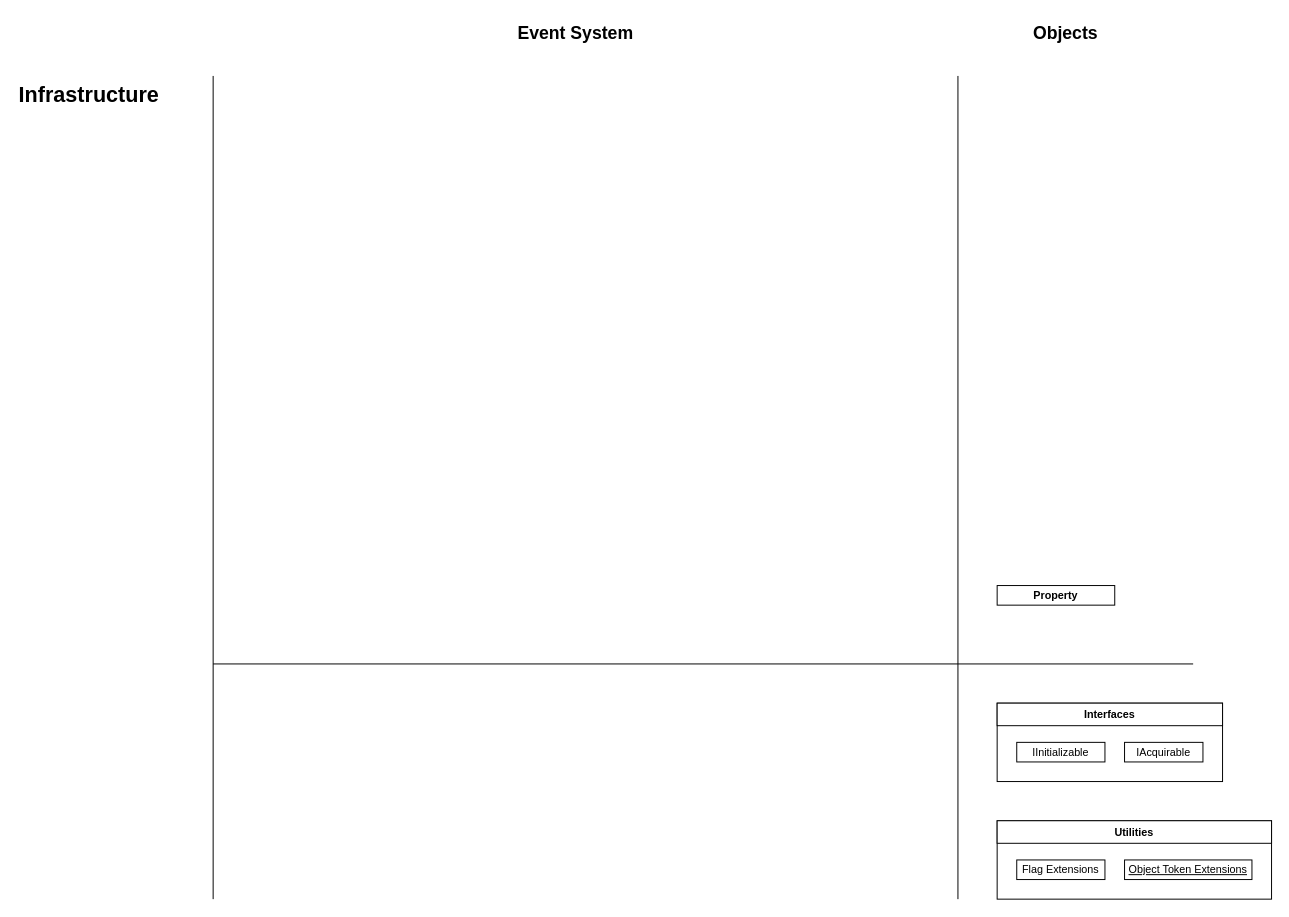
The draw.io diagram page "Core" (2 of 2) of docs/02. UniEngine/UniEngine.drawio in dove-creative/uniengine, before the edit. Source tidied: cells renumbered, new cells numbered last; positions are measured from the earlier drawing's top-left corner, leaving out a move shared by most shapes. Both pictures are drawn from the tidied source at 98%, with x=0, y=0 at pixel (17, 17).
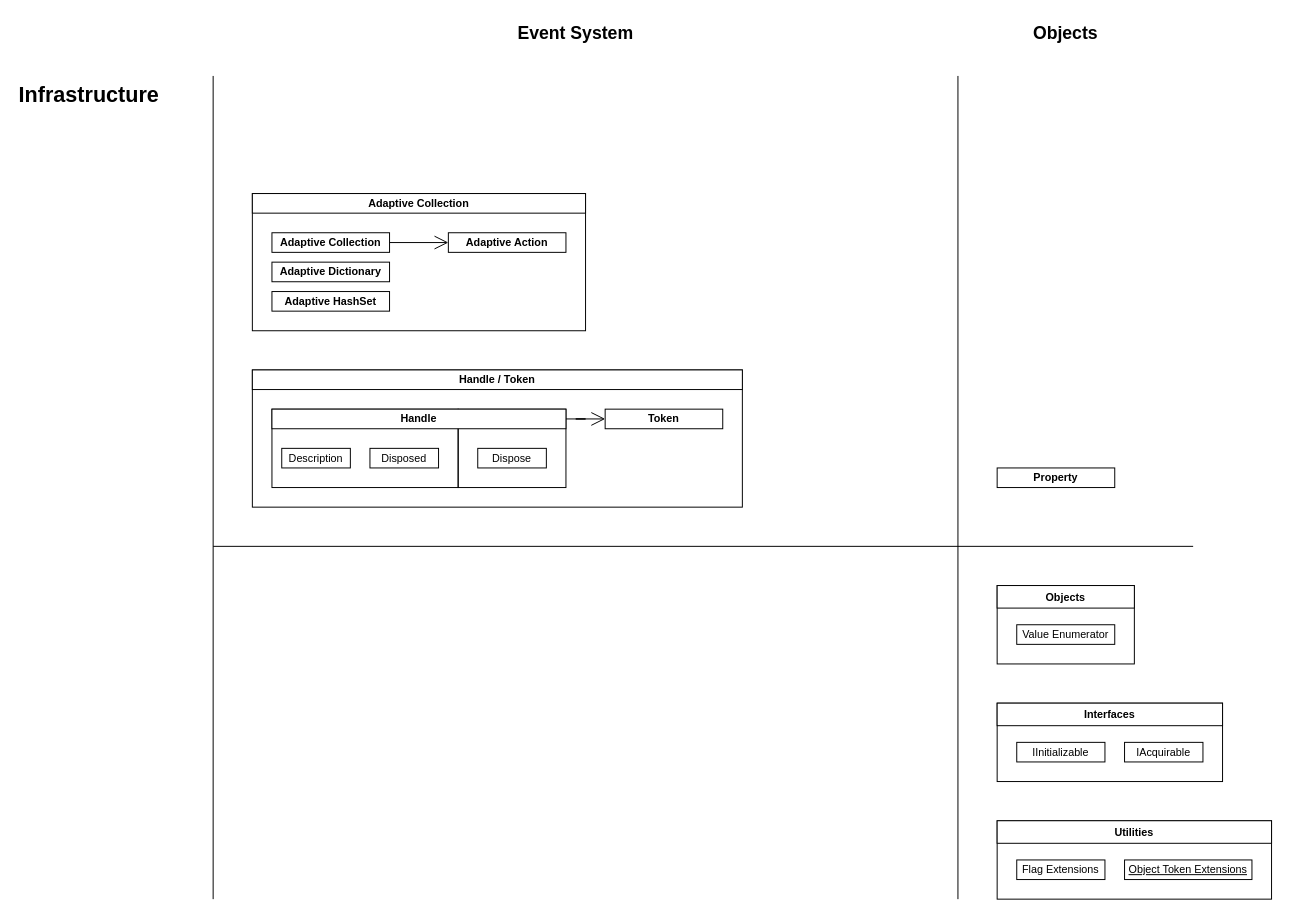
The same diagram, later.

The edit, as a diff of the source:
```diff
@@
+    <mxCell id="17" style="rounded=0;whiteSpace=wrap;html=1;fontFamily=Helvetica;fontSize=11;fontColor=default;labelBackgroundColor=default;fillColor=none;" parent="1" vertex="1">
+      <mxGeometry x="240" y="180" width="340" height="140" as="geometry" />
+    </mxCell>
+    <mxCell id="18" style="rounded=0;whiteSpace=wrap;html=1;fontFamily=Helvetica;fontSize=11;fontColor=default;labelBackgroundColor=default;fillColor=none;" parent="1" vertex="1">
+      <mxGeometry x="240" y="360" width="500" height="140" as="geometry" />
+    </mxCell>
+    <mxCell id="19" style="rounded=0;whiteSpace=wrap;html=1;fontFamily=Helvetica;fontSize=11;fontColor=default;labelBackgroundColor=default;fillColor=none;" parent="1" vertex="1">
+      <mxGeometry x="450" y="400" width="110" height="80" as="geometry" />
+    </mxCell>
+    <mxCell id="20" style="rounded=0;whiteSpace=wrap;html=1;fontFamily=Helvetica;fontSize=11;fontColor=default;labelBackgroundColor=default;fillColor=none;" parent="1" vertex="1">
+      <mxGeometry x="260" y="400" width="190" height="80" as="geometry" />
+    </mxCell>
@@
     <mxCell id="11" style="endArrow=none;html=1;rounded=0;strokeColor=default;align=center;verticalAlign=middle;fontFamily=Helvetica;fontSize=11;fontColor=default;labelBackgroundColor=default;defaultLabelBackgroundColor=page;startSize=12;endSize=12;" parent="1" edge="1">
       <mxGeometry relative="1" as="geometry">
-        <mxPoint x="200" y="660" as="sourcePoint" />
-        <mxPoint x="1200" y="660" as="targetPoint" />
+        <mxPoint x="200" y="540" as="sourcePoint" />
+        <mxPoint x="1200" y="540" as="targetPoint" />
       </mxGeometry>
     </mxCell>
@@
     <mxCell id="16" value="&lt;div style=&quot;text-align: right;&quot;&gt;&lt;b&gt;Property&lt;/b&gt;&lt;/div&gt;" style="rounded=0;whiteSpace=wrap;html=1;fontFamily=Helvetica;fontSize=11;fontColor=default;labelBackgroundColor=default;" parent="1" vertex="1">
-      <mxGeometry x="1000" y="580" width="120" height="20" as="geometry" />
+      <mxGeometry x="1000" y="460" width="120" height="20" as="geometry" />
     </mxCell>
+    <mxCell id="21" style="edgeStyle=orthogonalEdgeStyle;shape=connector;rounded=0;jettySize=auto;html=1;entryX=0;entryY=0.5;entryDx=0;entryDy=0;strokeColor=default;align=center;verticalAlign=middle;fontFamily=Helvetica;fontSize=11;fontColor=default;labelBackgroundColor=default;defaultLabelBackgroundColor=page;startArrow=none;startFill=0;startSize=12;endArrow=open;endFill=0;endSize=12;" parent="1" edge="1" source="22" target="23">
+      <mxGeometry relative="1" as="geometry" />
+    </mxCell>
+    <mxCell id="22" value="&lt;div style=&quot;text-align: right;&quot;&gt;&lt;b&gt;Handle&lt;/b&gt;&lt;/div&gt;" style="rounded=0;whiteSpace=wrap;html=1;fontFamily=Helvetica;fontSize=11;fontColor=default;labelBackgroundColor=default;" parent="1" vertex="1">
+      <mxGeometry x="260" y="400" width="300" height="20" as="geometry" />
+    </mxCell>
+    <mxCell id="23" value="&lt;div style=&quot;text-align: right;&quot;&gt;&lt;b&gt;Token&lt;/b&gt;&lt;/div&gt;" style="rounded=0;whiteSpace=wrap;html=1;fontFamily=Helvetica;fontSize=11;fontColor=default;labelBackgroundColor=default;" parent="1" vertex="1">
+      <mxGeometry x="600" y="400" width="120" height="20" as="geometry" />
+    </mxCell>
+    <mxCell id="24" value="&lt;div style=&quot;text-align: right;&quot;&gt;Description&lt;/div&gt;" style="rounded=0;whiteSpace=wrap;html=1;fontFamily=Helvetica;fontSize=11;fontColor=default;labelBackgroundColor=default;" parent="1" vertex="1">
+      <mxGeometry x="270" y="440" width="70" height="20" as="geometry" />
+    </mxCell>
+    <mxCell id="25" value="&lt;div style=&quot;text-align: right;&quot;&gt;Disposed&lt;/div&gt;" style="rounded=0;whiteSpace=wrap;html=1;fontFamily=Helvetica;fontSize=11;fontColor=default;labelBackgroundColor=default;" parent="1" vertex="1">
+      <mxGeometry x="360" y="440" width="70" height="20" as="geometry" />
+    </mxCell>
+    <mxCell id="26" value="&lt;div style=&quot;text-align: right;&quot;&gt;Dispose&lt;/div&gt;" style="rounded=0;whiteSpace=wrap;html=1;fontFamily=Helvetica;fontSize=11;fontColor=default;labelBackgroundColor=default;" parent="1" vertex="1">
+      <mxGeometry x="470" y="440" width="70" height="20" as="geometry" />
+    </mxCell>
+    <mxCell id="27" value="&lt;div style=&quot;text-align: right;&quot;&gt;&lt;b&gt;Handle / Token&lt;/b&gt;&lt;/div&gt;" style="rounded=0;whiteSpace=wrap;html=1;fontFamily=Helvetica;fontSize=11;fontColor=default;labelBackgroundColor=default;" parent="1" vertex="1">
+      <mxGeometry x="240" y="360" width="500" height="20" as="geometry" />
+    </mxCell>
+    <mxCell id="28" value="&lt;div style=&quot;text-align: right;&quot;&gt;&lt;b&gt;Adaptive Collection&lt;/b&gt;&lt;/div&gt;" style="rounded=0;whiteSpace=wrap;html=1;fontFamily=Helvetica;fontSize=11;fontColor=default;labelBackgroundColor=default;" parent="1" vertex="1">
+      <mxGeometry x="240" y="180" width="340" height="20" as="geometry" />
+    </mxCell>
+    <mxCell id="29" style="edgeStyle=orthogonalEdgeStyle;shape=connector;rounded=0;jettySize=auto;html=1;strokeColor=default;align=center;verticalAlign=middle;fontFamily=Helvetica;fontSize=11;fontColor=default;labelBackgroundColor=default;defaultLabelBackgroundColor=page;startArrow=none;startFill=0;startSize=12;endArrow=open;endFill=0;endSize=12;" parent="1" edge="1" source="30" target="32">
+      <mxGeometry relative="1" as="geometry" />
+    </mxCell>
+    <mxCell id="30" value="&lt;div style=&quot;text-align: right;&quot;&gt;&lt;b&gt;Adaptive Collection&lt;/b&gt;&lt;/div&gt;" style="rounded=0;whiteSpace=wrap;html=1;fontFamily=Helvetica;fontSize=11;fontColor=default;labelBackgroundColor=default;" parent="1" vertex="1">
+      <mxGeometry x="260" y="220" width="120" height="20" as="geometry" />
+    </mxCell>
+    <mxCell id="31" value="&lt;div style=&quot;text-align: right;&quot;&gt;&lt;b&gt;Adaptive Dictionary&lt;/b&gt;&lt;/div&gt;" style="rounded=0;whiteSpace=wrap;html=1;fontFamily=Helvetica;fontSize=11;fontColor=default;labelBackgroundColor=default;" parent="1" vertex="1">
+      <mxGeometry x="260" y="250" width="120" height="20" as="geometry" />
+    </mxCell>
+    <mxCell id="32" value="&lt;div style=&quot;text-align: right;&quot;&gt;&lt;b&gt;Adaptive Action&lt;/b&gt;&lt;/div&gt;" style="rounded=0;whiteSpace=wrap;html=1;fontFamily=Helvetica;fontSize=11;fontColor=default;labelBackgroundColor=default;" parent="1" vertex="1">
+      <mxGeometry x="440" y="220" width="120" height="20" as="geometry" />
+    </mxCell>
+    <mxCell id="33" value="&lt;div style=&quot;text-align: right;&quot;&gt;&lt;b&gt;Adaptive HashSet&lt;/b&gt;&lt;/div&gt;" style="rounded=0;whiteSpace=wrap;html=1;fontFamily=Helvetica;fontSize=11;fontColor=default;labelBackgroundColor=default;" parent="1" vertex="1">
+      <mxGeometry x="260" y="280" width="120" height="20" as="geometry" />
+    </mxCell>
+    <mxCell id="34" style="rounded=0;whiteSpace=wrap;html=1;fontFamily=Helvetica;fontSize=11;fontColor=default;labelBackgroundColor=default;fillColor=none;" parent="1" vertex="1">
+      <mxGeometry x="1000" y="580" width="140" height="80" as="geometry" />
+    </mxCell>
+    <mxCell id="35" value="&lt;div style=&quot;text-align: right;&quot;&gt;Value Enumerator&lt;/div&gt;" style="rounded=0;whiteSpace=wrap;html=1;fontFamily=Helvetica;fontSize=11;fontColor=default;labelBackgroundColor=default;" parent="1" vertex="1">
+      <mxGeometry x="1020" y="620" width="100" height="20" as="geometry" />
+    </mxCell>
+    <mxCell id="36" value="&lt;b&gt;Objects&lt;/b&gt;" style="rounded=0;whiteSpace=wrap;html=1;fontFamily=Helvetica;fontSize=11;fontColor=default;labelBackgroundColor=default;" parent="1" vertex="1">
+      <mxGeometry x="1000" y="580" width="140" height="23" as="geometry" />
+    </mxCell>
```
